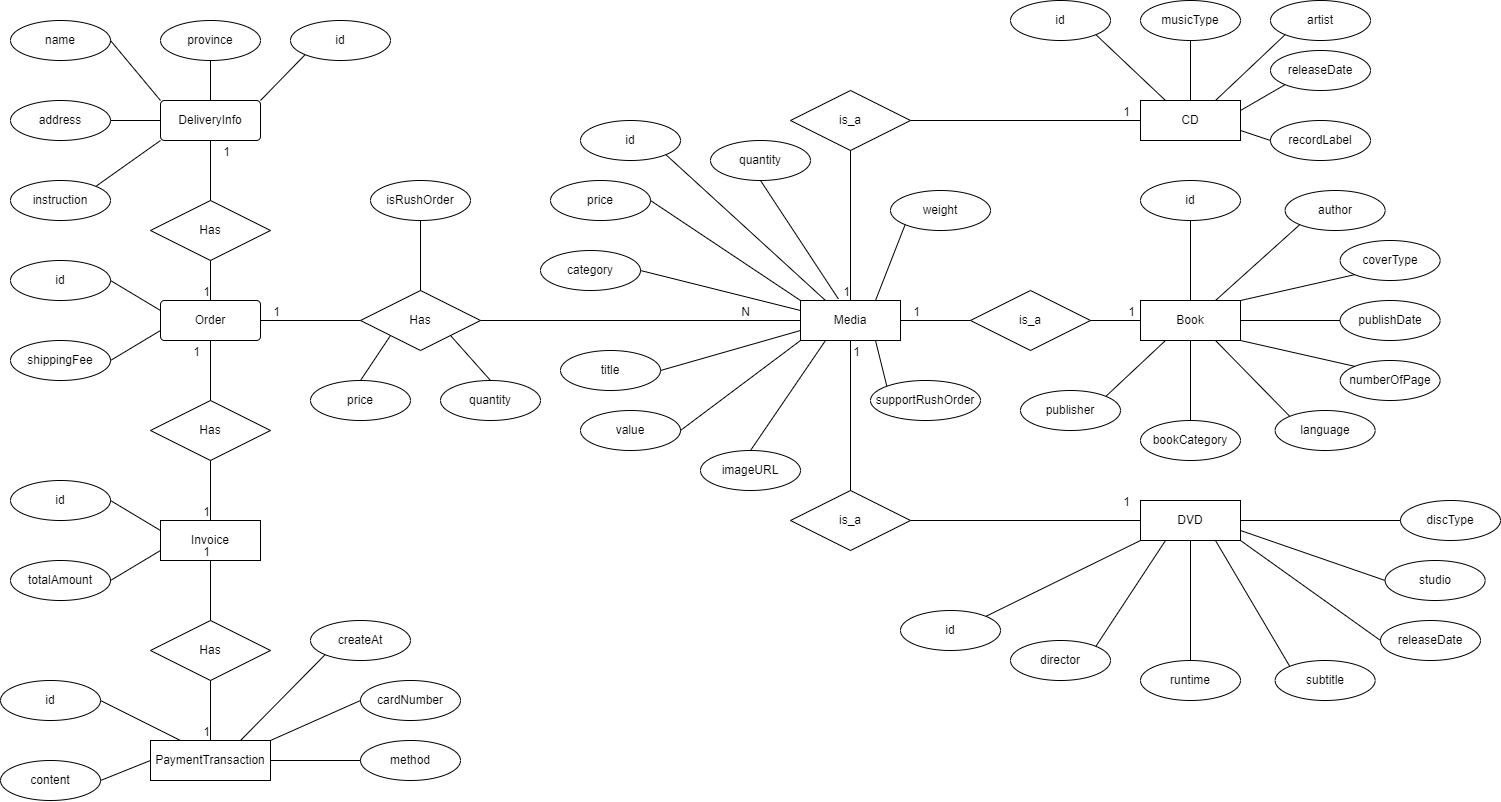
minhtures/TKXDPM.KSTN.20211.20183651.LeMinhTu keeps this draw.io diagram as Class Design and Data Modeling/Data Modeling/ERdiagram.png. Above is the earlier version. Source tidied: cells renumbered, new cells last; positions are measured from the earlier drawing's top-left corner, leaving out a move shared by most shapes.
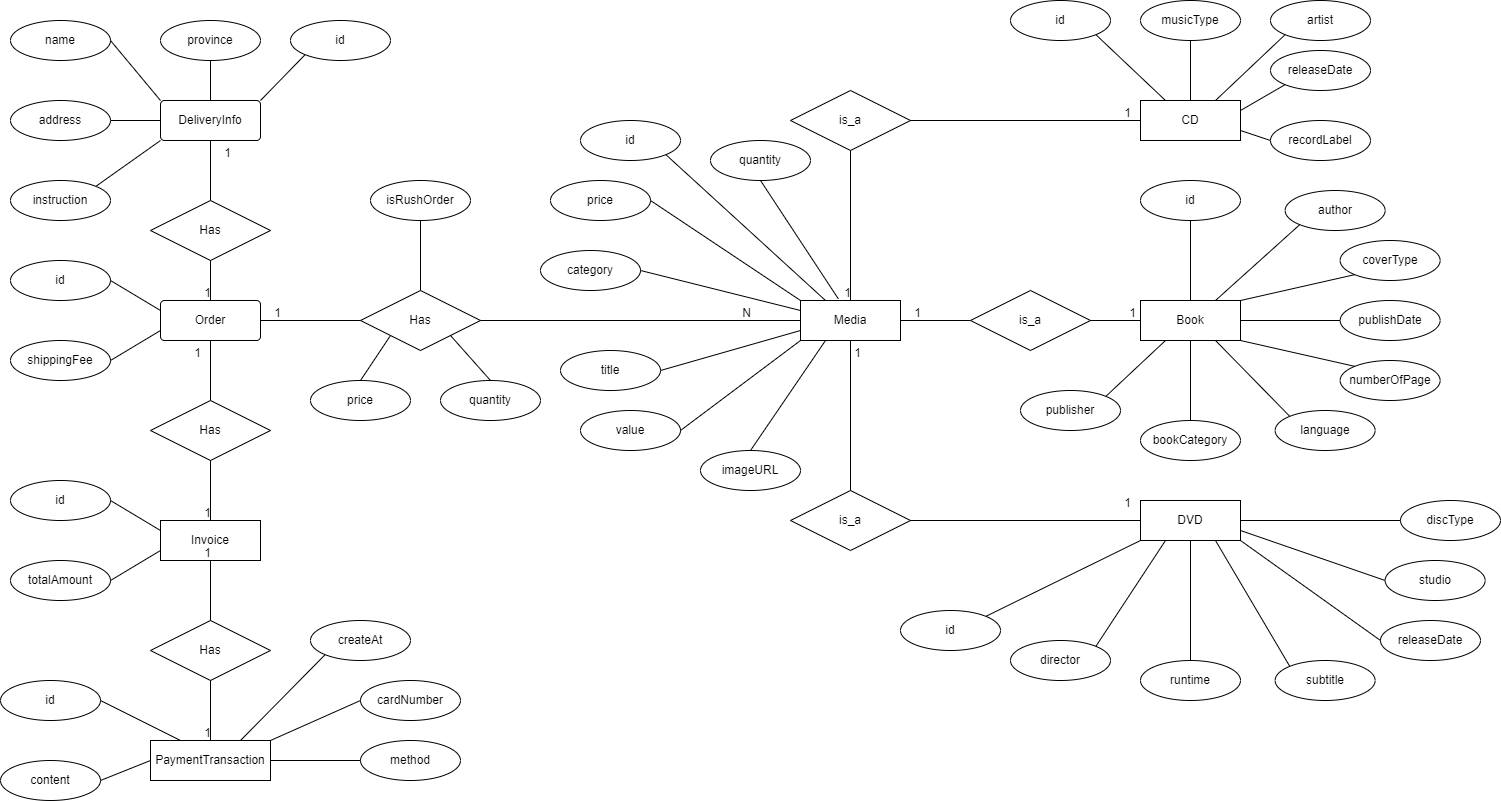
Above is the later version.

Diff of the diagram source:
```diff
@@ -426,20 +426,5 @@
         <mxPoint x="420" y="220" as="targetPoint" />
       </mxGeometry>
     </mxCell>
-    <mxCell id="134" value="weight" style="ellipse;whiteSpace=wrap;html=1;align=center;" parent="1" vertex="1">
-      <mxGeometry x="890" y="190" width="100" height="40" as="geometry" />
-    </mxCell>
-    <mxCell id="135" style="endArrow=none;html=1;rounded=0;exitX=0.75;exitY=0;exitDx=0;exitDy=0;entryX=0;entryY=1;entryDx=0;entryDy=0;" parent="1" edge="1" source="5" target="134">
-      <mxGeometry relative="1" as="geometry" />
-    </mxCell>
-    <mxCell id="136" value="supportRushOrder" style="ellipse;whiteSpace=wrap;html=1;align=center;" parent="1" vertex="1">
-      <mxGeometry x="870" y="380" width="110" height="40" as="geometry" />
-    </mxCell>
-    <mxCell id="137" style="endArrow=none;html=1;rounded=0;exitX=0.75;exitY=1;exitDx=0;exitDy=0;entryX=0;entryY=0;entryDx=0;entryDy=0;" parent="1" edge="1" source="5" target="136">
-      <mxGeometry relative="1" as="geometry" />
-    </mxCell>
-    <mxCell id="138" style="edgeStyle=orthogonalEdgeStyle;rounded=0;orthogonalLoop=1;jettySize=auto;html=1;exitX=0.5;exitY=1;exitDx=0;exitDy=0;" parent="1" edge="1" source="122" target="122">
-      <mxGeometry relative="1" as="geometry" />
-    </mxCell>
   </root>
 </mxGraphModel>
```
